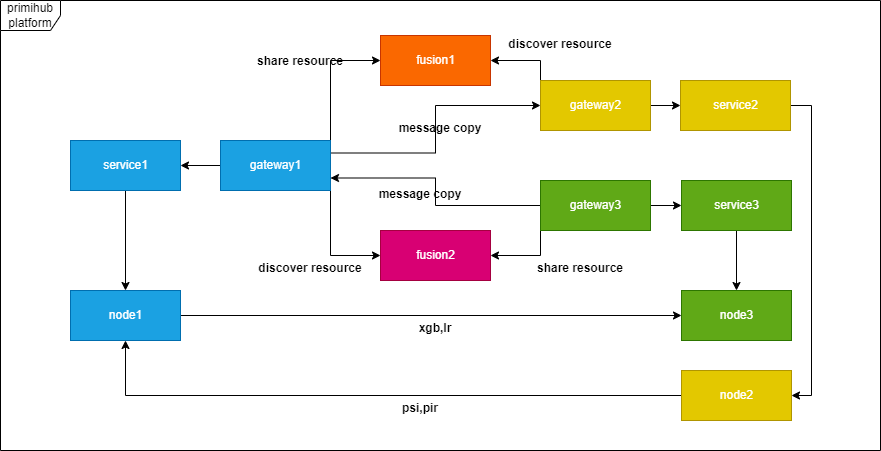
Before: static/img/primihub_frame.png, a diagram exported from draw.io (primihub/primihub-docs). Source tidied: cells renumbered, new cells last; positions are measured from the earlier drawing's top-left corner, leaving out a move shared by most shapes.
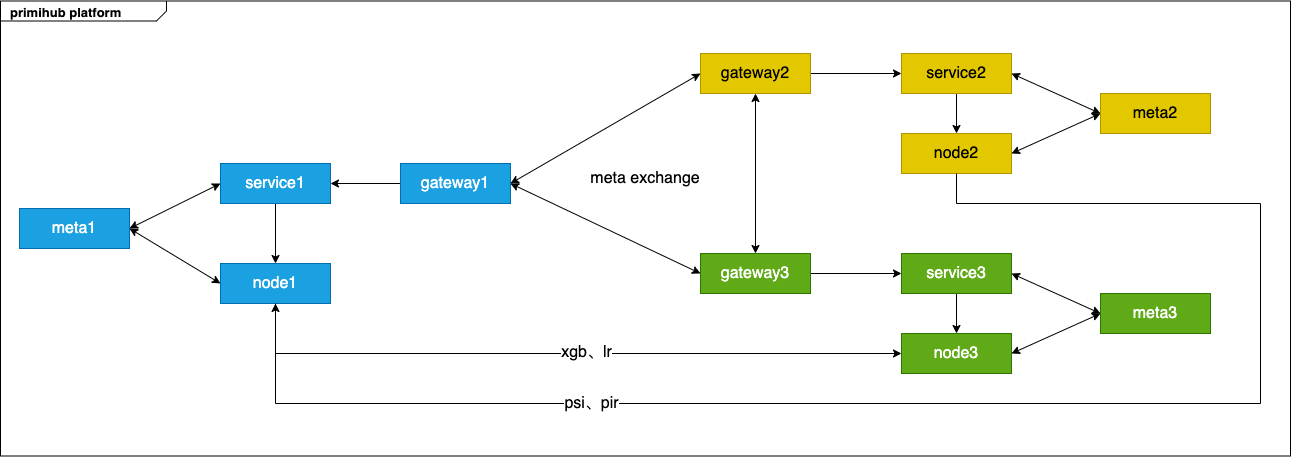
The same file after the commit.

Change to the diagram source:
```diff
@@ -2,112 +2,117 @@
   <root>
     <mxCell id="0" />
     <mxCell id="1" parent="0" />
-    <mxCell id="2" value="primihub platform" style="shape=umlFrame;whiteSpace=wrap;html=1;" parent="1" vertex="1">
-      <mxGeometry width="880" height="450" as="geometry" />
+    <mxCell id="2" value="&lt;p style=&quot;margin: 4px 0px 0px 10px; text-align: left; font-size: 13px;&quot;&gt;&lt;b style=&quot;font-size: 13px;&quot;&gt;primihub platform&lt;/b&gt;&lt;br style=&quot;font-size: 13px;&quot;&gt;&lt;/p&gt;" style="html=1;shape=mxgraph.sysml.package;align=left;spacingLeft=5;verticalAlign=top;spacingTop=-3;labelX=166.44;html=1;overflow=fill;fontSize=13;" parent="1" vertex="1">
+      <mxGeometry x="300" y="237.5" width="1290" height="455" as="geometry" />
     </mxCell>
-    <mxCell id="3" style="edgeStyle=orthogonalEdgeStyle;rounded=0;jettySize=auto;html=1;" parent="1" edge="1" source="7" target="9">
-      <mxGeometry relative="1" as="geometry" />
-    </mxCell>
-    <mxCell id="4" style="edgeStyle=orthogonalEdgeStyle;rounded=0;jettySize=auto;html=1;exitX=1;exitY=0;exitDx=0;exitDy=0;entryX=0;entryY=0.5;entryDx=0;entryDy=0;" parent="1" edge="1" source="7" target="10">
-      <mxGeometry relative="1" as="geometry" />
-    </mxCell>
-    <mxCell id="5" style="edgeStyle=orthogonalEdgeStyle;rounded=0;jettySize=auto;html=1;exitX=1;exitY=1;exitDx=0;exitDy=0;entryX=0;entryY=0.5;entryDx=0;entryDy=0;" parent="1" edge="1" source="7" target="11">
-      <mxGeometry relative="1" as="geometry" />
-    </mxCell>
-    <mxCell id="6" style="edgeStyle=orthogonalEdgeStyle;rounded=0;jettySize=auto;html=1;exitX=1;exitY=0.25;exitDx=0;exitDy=0;entryX=0;entryY=0.5;entryDx=0;entryDy=0;fontColor=#FFFFFF;" parent="1" edge="1" source="7" target="14">
-      <mxGeometry relative="1" as="geometry" />
-    </mxCell>
-    <mxCell id="7" value="gateway1" style="html=1;fillColor=#1ba1e2;strokeColor=#006EAF;fontColor=#ffffff;" parent="1" vertex="1">
-      <mxGeometry x="220" y="140" width="110" height="50" as="geometry" />
-    </mxCell>
     <mxCell id="8" style="edgeStyle=orthogonalEdgeStyle;rounded=0;jettySize=auto;html=1;" parent="1" edge="1" source="9" target="28">
       <mxGeometry relative="1" as="geometry" />
     </mxCell>
-    <mxCell id="9" value="service1" style="html=1;fillColor=#1ba1e2;strokeColor=#006EAF;fontColor=#ffffff;" parent="1" vertex="1">
-      <mxGeometry x="70" y="140" width="110" height="50" as="geometry" />
+    <mxCell id="9" value="service1" style="rounded=0;whiteSpace=wrap;html=1;fillColor=#1ba1e2;fontColor=#ffffff;strokeColor=#006EAF;fontSize=16;" parent="1" vertex="1">
+      <mxGeometry x="520" y="400" width="110" height="40" as="geometry" />
     </mxCell>
-    <mxCell id="10" value="&lt;font color=&quot;#ffffff&quot;&gt;fusion1&lt;/font&gt;" style="html=1;fillColor=#fa6800;strokeColor=#C73500;fontColor=#000000;" parent="1" vertex="1">
-      <mxGeometry x="380" y="35" width="110" height="50" as="geometry" />
-    </mxCell>
-    <mxCell id="11" value="fusion2" style="html=1;fillColor=#d80073;strokeColor=#A50040;fontColor=#ffffff;" parent="1" vertex="1">
-      <mxGeometry x="380" y="230" width="110" height="50" as="geometry" />
-    </mxCell>
+    <mxCell id="3" style="edgeStyle=orthogonalEdgeStyle;rounded=0;jettySize=auto;html=1;" parent="1" edge="1" source="7" target="9">
+      <mxGeometry relative="1" as="geometry" />
+    </mxCell>
+    <mxCell id="7" value="gateway1" style="rounded=0;whiteSpace=wrap;html=1;fillColor=#1ba1e2;fontColor=#ffffff;strokeColor=#006EAF;fontSize=16;" parent="1" vertex="1">
+      <mxGeometry x="700" y="400" width="110" height="40" as="geometry" />
+    </mxCell>
+    <mxCell id="28" value="node1" style="rounded=0;whiteSpace=wrap;html=1;fillColor=#1ba1e2;fontColor=#ffffff;strokeColor=#006EAF;fontSize=16;" parent="1" vertex="1">
+      <mxGeometry x="520" y="500" width="110" height="40" as="geometry" />
+    </mxCell>
+    <mxCell id="36" value="meta1" style="rounded=0;whiteSpace=wrap;html=1;fillColor=#1ba1e2;fontColor=#ffffff;strokeColor=#006EAF;fontSize=16;" parent="1" vertex="1">
+      <mxGeometry x="319" y="445" width="110" height="40" as="geometry" />
+    </mxCell>
+    <mxCell id="37" style="endArrow=classic;startArrow=classic;html=1;rounded=0;entryX=0;entryY=0.5;entryDx=0;entryDy=0;exitX=1;exitY=0.5;exitDx=0;exitDy=0;" parent="1" edge="1" source="36" target="9">
+      <mxGeometry relative="1" as="geometry" />
+    </mxCell>
+    <mxCell id="38" style="endArrow=classic;startArrow=classic;html=1;rounded=0;entryX=0;entryY=0.5;entryDx=0;entryDy=0;exitX=1;exitY=0.5;exitDx=0;exitDy=0;" parent="1" edge="1" source="36" target="28">
+      <mxGeometry relative="1" as="geometry" />
+    </mxCell>
-    <mxCell id="12" style="edgeStyle=orthogonalEdgeStyle;rounded=0;jettySize=auto;html=1;" parent="1" edge="1" source="14" target="16">
+    <mxCell id="12" style="edgeStyle=orthogonalEdgeStyle;rounded=0;jettySize=auto;html=1;entryX=0;entryY=0.5;entryDx=0;entryDy=0;" parent="1" edge="1" source="14" target="16">
       <mxGeometry relative="1" as="geometry" />
     </mxCell>
-    <mxCell id="13" style="edgeStyle=orthogonalEdgeStyle;rounded=0;jettySize=auto;html=1;exitX=0;exitY=0;exitDx=0;exitDy=0;entryX=1;entryY=0.5;entryDx=0;entryDy=0;" parent="1" edge="1" source="14" target="10">
-      <mxGeometry relative="1" as="geometry" />
-    </mxCell>
-    <mxCell id="14" value="&lt;font color=&quot;#ffffff&quot;&gt;gateway2&lt;/font&gt;" style="html=1;fillColor=#e3c800;strokeColor=#B09500;fontColor=#000000;" parent="1" vertex="1">
-      <mxGeometry x="540" y="80" width="110" height="50" as="geometry" />
+    <mxCell id="14" value="gateway2" style="rounded=0;whiteSpace=wrap;html=1;fillColor=#e3c800;fontColor=#000000;strokeColor=#B09500;fontSize=16;" parent="1" vertex="1">
+      <mxGeometry x="1000" y="290" width="110" height="40" as="geometry" />
     </mxCell>
+    <mxCell id="17" style="edgeStyle=orthogonalEdgeStyle;rounded=0;jettySize=auto;html=1;entryX=0;entryY=0.5;entryDx=0;entryDy=0;" parent="1" edge="1" source="20" target="22">
+      <mxGeometry relative="1" as="geometry" />
+    </mxCell>
+    <mxCell id="20" value="gateway3" style="rounded=0;whiteSpace=wrap;html=1;fillColor=#60a917;fontColor=#ffffff;strokeColor=#2D7600;fontSize=16;" parent="1" vertex="1">
+      <mxGeometry x="1000" y="490" width="110" height="40" as="geometry" />
+    </mxCell>
-    <mxCell id="15" style="edgeStyle=orthogonalEdgeStyle;rounded=0;jettySize=auto;html=1;entryX=1;entryY=0.5;entryDx=0;entryDy=0;" parent="1" edge="1" source="16" target="31">
-      <mxGeometry relative="1" as="geometry">
-        <Array as="points">
-          <mxPoint x="811" y="105" />
-          <mxPoint x="811" y="395" />
-        </Array>
-      </mxGeometry>
+    <mxCell id="15" style="edgeStyle=orthogonalEdgeStyle;rounded=0;jettySize=auto;html=1;entryX=0.5;entryY=0;entryDx=0;entryDy=0;" parent="1" edge="1" source="16" target="31">
+      <mxGeometry relative="1" as="geometry" />
     </mxCell>
-    <mxCell id="16" value="&lt;font color=&quot;#ffffff&quot;&gt;service2&lt;/font&gt;" style="html=1;fillColor=#e3c800;strokeColor=#B09500;fontColor=#000000;" parent="1" vertex="1">
-      <mxGeometry x="680" y="80" width="110" height="50" as="geometry" />
+    <mxCell id="16" value="service2" style="rounded=0;whiteSpace=wrap;html=1;fillColor=#e3c800;fontColor=#000000;strokeColor=#B09500;fontSize=16;" parent="1" vertex="1">
+      <mxGeometry x="1201" y="290" width="110" height="40" as="geometry" />
     </mxCell>
-    <mxCell id="17" style="edgeStyle=orthogonalEdgeStyle;rounded=0;jettySize=auto;html=1;entryX=0;entryY=0.5;entryDx=0;entryDy=0;" parent="1" edge="1" source="20" target="22">
-      <mxGeometry relative="1" as="geometry" />
-    </mxCell>
-    <mxCell id="18" style="edgeStyle=orthogonalEdgeStyle;rounded=0;jettySize=auto;html=1;exitX=0;exitY=1;exitDx=0;exitDy=0;" parent="1" edge="1" source="20" target="11">
-      <mxGeometry relative="1" as="geometry" />
-    </mxCell>
-    <mxCell id="19" style="edgeStyle=orthogonalEdgeStyle;rounded=0;jettySize=auto;html=1;entryX=1;entryY=0.75;entryDx=0;entryDy=0;" parent="1" edge="1" source="20" target="7">
-      <mxGeometry relative="1" as="geometry" />
-    </mxCell>
-    <mxCell id="20" value="gateway3" style="html=1;fillColor=#60a917;strokeColor=#2D7600;fontColor=#ffffff;" parent="1" vertex="1">
-      <mxGeometry x="540" y="180" width="110" height="50" as="geometry" />
-    </mxCell>
+    <mxCell id="31" value="node2" style="rounded=0;whiteSpace=wrap;html=1;fillColor=#e3c800;fontColor=#000000;strokeColor=#B09500;fontSize=16;" parent="1" vertex="1">
+      <mxGeometry x="1201" y="370" width="110" height="40" as="geometry" />
+    </mxCell>
+    <mxCell id="39" value="meta2" style="rounded=0;whiteSpace=wrap;html=1;fillColor=#e3c800;fontColor=#000000;strokeColor=#B09500;fontSize=16;" parent="1" vertex="1">
+      <mxGeometry x="1400" y="330" width="110" height="40" as="geometry" />
+    </mxCell>
-    <mxCell id="21" style="edgeStyle=orthogonalEdgeStyle;rounded=0;jettySize=auto;html=1;" parent="1" edge="1" source="22" target="29">
+    <mxCell id="21" style="edgeStyle=orthogonalEdgeStyle;rounded=0;jettySize=auto;html=1;entryX=0.5;entryY=0;entryDx=0;entryDy=0;" parent="1" edge="1" source="22" target="29">
       <mxGeometry relative="1" as="geometry" />
     </mxCell>
-    <mxCell id="22" value="service3" style="html=1;fillColor=#60a917;strokeColor=#2D7600;fontColor=#ffffff;" parent="1" vertex="1">
-      <mxGeometry x="681" y="180" width="110" height="50" as="geometry" />
+    <mxCell id="22" value="service3" style="rounded=0;whiteSpace=wrap;html=1;fillColor=#60a917;fontColor=#ffffff;strokeColor=#2D7600;fontSize=16;" parent="1" vertex="1">
+      <mxGeometry x="1201" y="490" width="110" height="40" as="geometry" />
     </mxCell>
-    <mxCell id="23" value="share resource" style="text;align=center;fontStyle=1;verticalAlign=middle;spacingLeft=3;spacingRight=3;strokeColor=none;" parent="1" vertex="1">
-      <mxGeometry x="260" y="47" width="80" height="26" as="geometry" />
-    </mxCell>
-    <mxCell id="24" value="share resource" style="text;align=center;fontStyle=1;verticalAlign=middle;spacingLeft=3;spacingRight=3;strokeColor=none;" parent="1" vertex="1">
-      <mxGeometry x="540" y="254" width="80" height="26" as="geometry" />
-    </mxCell>
-    <mxCell id="25" value="discover resource" style="text;align=center;fontStyle=1;verticalAlign=middle;spacingLeft=3;spacingRight=3;strokeColor=none;" parent="1" vertex="1">
-      <mxGeometry x="520" y="30" width="80" height="26" as="geometry" />
-    </mxCell>
-    <mxCell id="26" value="discover resource" style="text;align=center;fontStyle=1;verticalAlign=middle;spacingLeft=3;spacingRight=3;strokeColor=none;" parent="1" vertex="1">
-      <mxGeometry x="270" y="254" width="80" height="26" as="geometry" />
-    </mxCell>
+    <mxCell id="29" value="node3" style="rounded=0;whiteSpace=wrap;html=1;fillColor=#60a917;fontColor=#ffffff;strokeColor=#2D7600;fontSize=16;" parent="1" vertex="1">
+      <mxGeometry x="1201" y="570" width="110" height="40" as="geometry" />
+    </mxCell>
+    <mxCell id="40" value="meta3" style="rounded=0;whiteSpace=wrap;html=1;fillColor=#60a917;fontColor=#ffffff;strokeColor=#2D7600;fontSize=16;" parent="1" vertex="1">
+      <mxGeometry x="1400" y="530" width="110" height="40" as="geometry" />
+    </mxCell>
+    <mxCell id="41" style="endArrow=classic;startArrow=classic;html=1;rounded=0;entryX=0;entryY=0.5;entryDx=0;entryDy=0;exitX=1;exitY=0.5;exitDx=0;exitDy=0;" parent="1" edge="1" source="16" target="39">
+      <mxGeometry relative="1" as="geometry" />
+    </mxCell>
+    <mxCell id="42" style="endArrow=classic;startArrow=classic;html=1;rounded=0;entryX=0;entryY=0.5;entryDx=0;entryDy=0;exitX=1;exitY=0.5;exitDx=0;exitDy=0;" parent="1" edge="1" source="31" target="39">
+      <mxGeometry relative="1" as="geometry" />
+    </mxCell>
+    <mxCell id="43" style="endArrow=classic;startArrow=classic;html=1;rounded=0;entryX=0;entryY=0.5;entryDx=0;entryDy=0;exitX=1;exitY=0.5;exitDx=0;exitDy=0;" parent="1" edge="1" source="22" target="40">
+      <mxGeometry relative="1" as="geometry" />
+    </mxCell>
+    <mxCell id="44" style="endArrow=classic;startArrow=classic;html=1;rounded=0;entryX=0;entryY=0.5;entryDx=0;entryDy=0;exitX=1;exitY=0.5;exitDx=0;exitDy=0;" parent="1" edge="1" source="29" target="40">
+      <mxGeometry relative="1" as="geometry" />
+    </mxCell>
+    <mxCell id="6" style="endArrow=classic;startArrow=classic;html=1;rounded=0;exitX=1;exitY=0.5;exitDx=0;exitDy=0;entryX=0;entryY=0.5;entryDx=0;entryDy=0;" parent="1" edge="1" source="7" target="14">
+      <mxGeometry relative="1" as="geometry" />
+    </mxCell>
+    <mxCell id="45" style="endArrow=classic;startArrow=classic;html=1;rounded=0;entryX=0;entryY=0.5;entryDx=0;entryDy=0;exitX=1;exitY=0.5;exitDx=0;exitDy=0;" parent="1" edge="1" source="7" target="20">
+      <mxGeometry relative="1" as="geometry" />
+    </mxCell>
+    <mxCell id="46" style="endArrow=classic;startArrow=classic;html=1;rounded=0;entryX=0.5;entryY=0;entryDx=0;entryDy=0;exitX=0.5;exitY=1;exitDx=0;exitDy=0;" parent="1" edge="1" source="14" target="20">
+      <mxGeometry relative="1" as="geometry" />
+    </mxCell>
+    <mxCell id="47" value="meta&amp;nbsp;exchange" style="text;html=1;strokeColor=none;fillColor=none;align=center;verticalAlign=middle;whiteSpace=wrap;rounded=0;fontSize=16;" parent="1" vertex="1">
+      <mxGeometry x="885" y="400" width="120" height="30" as="geometry" />
+    </mxCell>
-    <mxCell id="27" style="edgeStyle=orthogonalEdgeStyle;rounded=0;jettySize=auto;html=1;fontColor=#FFFFFF;" parent="1" edge="1" source="28" target="29">
-      <mxGeometry relative="1" as="geometry" />
+    <mxCell id="27" style="endArrow=classic;html=1;rounded=0;exitX=0.5;exitY=1;exitDx=0;exitDy=0;entryX=0;entryY=0.5;entryDx=0;entryDy=0;" parent="1" edge="1" source="28" target="29">
+      <mxGeometry relative="1" as="geometry">
+        <Array as="points">
+          <mxPoint x="575" y="590" />
+        </Array>
+      </mxGeometry>
     </mxCell>
-    <mxCell id="28" value="node1" style="html=1;fillColor=#1ba1e2;strokeColor=#006EAF;fontColor=#ffffff;" parent="1" vertex="1">
-      <mxGeometry x="70" y="290" width="110" height="50" as="geometry" />
-    </mxCell>
-    <mxCell id="29" value="node3" style="html=1;fillColor=#60a917;strokeColor=#2D7600;fontColor=#ffffff;" parent="1" vertex="1">
-      <mxGeometry x="681" y="290" width="110" height="50" as="geometry" />
-    </mxCell>
+    <mxCell id="48" value="&lt;font style=&quot;font-size: 16px;&quot;&gt;xgb、lr&lt;/font&gt;" style="edgeLabel;html=1;align=center;verticalAlign=middle;" parent="27" vertex="1">
+      <mxGeometry x="0.07" y="2" relative="1" as="geometry" />
+    </mxCell>
-    <mxCell id="30" style="edgeStyle=orthogonalEdgeStyle;rounded=0;jettySize=auto;html=1;fontColor=#FFFFFF;" parent="1" edge="1" source="31" target="28">
-      <mxGeometry relative="1" as="geometry" />
+    <mxCell id="30" style="endArrow=classic;html=1;rounded=0;exitX=0.5;exitY=1;exitDx=0;exitDy=0;entryX=0.5;entryY=1;entryDx=0;entryDy=0;" parent="1" edge="1" source="31" target="28">
+      <mxGeometry relative="1" as="geometry">
+        <Array as="points">
+          <mxPoint x="1256" y="440" />
+          <mxPoint x="1560" y="440" />
+          <mxPoint x="1560" y="640" />
+          <mxPoint x="575" y="640" />
+        </Array>
+      </mxGeometry>
     </mxCell>
-    <mxCell id="31" value="&lt;font color=&quot;#ffffff&quot;&gt;node2&lt;/font&gt;" style="html=1;fillColor=#e3c800;strokeColor=#B09500;fontColor=#000000;" parent="1" vertex="1">
-      <mxGeometry x="681" y="370" width="110" height="50" as="geometry" />
-    </mxCell>
-    <mxCell id="32" value="xgb,lr" style="text;align=center;fontStyle=1;verticalAlign=middle;spacingLeft=3;spacingRight=3;strokeColor=none;" parent="1" vertex="1">
-      <mxGeometry x="395" y="314" width="80" height="26" as="geometry" />
-    </mxCell>
-    <mxCell id="33" value="psi,pir" style="text;align=center;fontStyle=1;verticalAlign=middle;spacingLeft=3;spacingRight=3;strokeColor=none;" parent="1" vertex="1">
-      <mxGeometry x="380" y="394" width="80" height="26" as="geometry" />
-    </mxCell>
-    <mxCell id="34" value="message copy" style="text;align=center;fontStyle=1;verticalAlign=middle;spacingLeft=3;spacingRight=3;strokeColor=none;" parent="1" vertex="1">
-      <mxGeometry x="400" y="114" width="80" height="26" as="geometry" />
-    </mxCell>
-    <mxCell id="35" value="message copy" style="text;align=center;fontStyle=1;verticalAlign=middle;spacingLeft=3;spacingRight=3;strokeColor=none;" parent="1" vertex="1">
-      <mxGeometry x="380" y="180" width="80" height="26" as="geometry" />
-    </mxCell>
+    <mxCell id="49" value="&lt;font style=&quot;font-size: 16px;&quot;&gt;psi、pir&lt;/font&gt;" style="edgeLabel;html=1;align=center;verticalAlign=middle;" parent="30" vertex="1">
+      <mxGeometry x="0.44" y="-1" relative="1" as="geometry">
+        <mxPoint x="-36" as="offset" />
+      </mxGeometry>
+    </mxCell>
   </root>
 </mxGraphModel>
```
